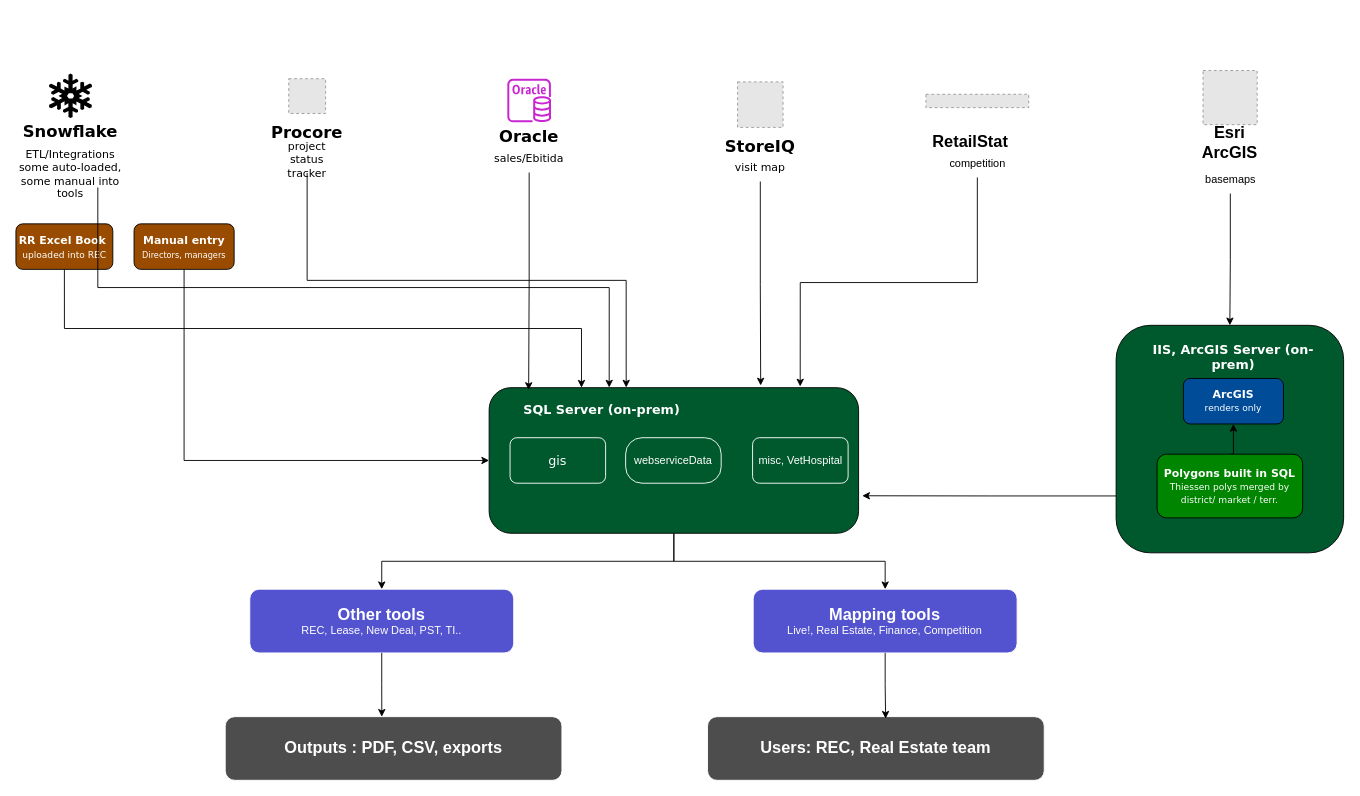
Before: Untitled Diagram.drawio in mondragonSaiz/Chronos, a draw.io diagram. Source tidied: cells renumbered, new cells numbered last; positions are measured from the earlier drawing's top-left corner, leaving out a move shared by most shapes. Both pictures are drawn from the tidied source at 91%, with x=0, y=0 at pixel (15, 70). Pictures stored in the file or linked from it are replaced by grey dashed boxes.
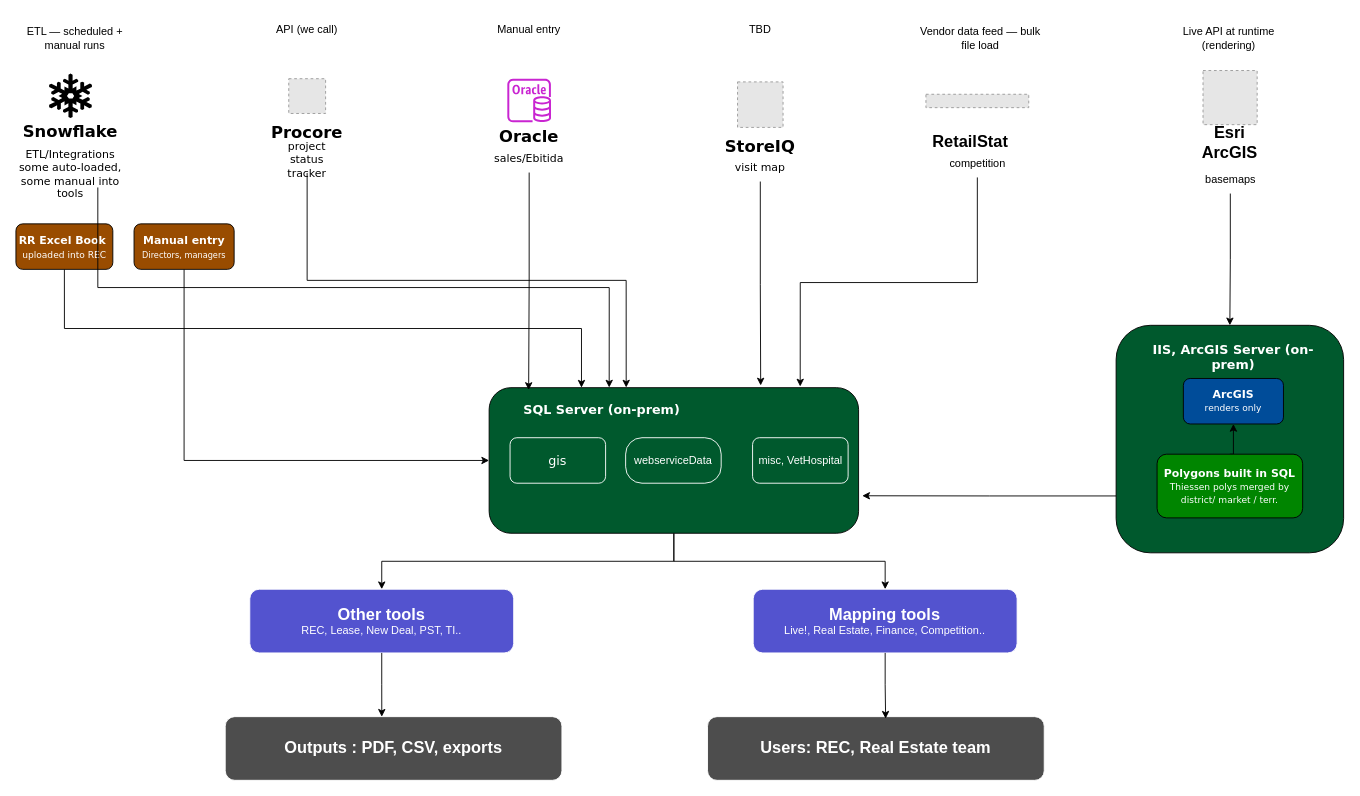
The same diagram, later.

The edit, as a diff of the source:
```diff
@@
-    <mxCell id="37" value="&lt;font style=&quot;color: rgb(255, 255, 255); font-size: 18px;&quot;&gt;&lt;b style=&quot;&quot;&gt;Mapping tools&lt;/b&gt;&lt;/font&gt;&lt;div&gt;&lt;font style=&quot;color: rgb(255, 255, 255);&quot;&gt;Live!, Real Estate, Finance, Competition&lt;/font&gt;&lt;/div&gt;" style="rounded=1;whiteSpace=wrap;html=1;fillColor=#5353CF;strokeColor=#FFFFFF;" parent="1" vertex="1">
+    <mxCell id="37" value="&lt;font style=&quot;color: rgb(255, 255, 255); font-size: 18px;&quot;&gt;&lt;b style=&quot;&quot;&gt;Mapping tools&lt;/b&gt;&lt;/font&gt;&lt;div&gt;&lt;font style=&quot;color: rgb(255, 255, 255);&quot;&gt;Live!, Real Estate, Finance, Competition..&lt;/font&gt;&lt;/div&gt;" style="rounded=1;whiteSpace=wrap;html=1;fillColor=#5353CF;strokeColor=#FFFFFF;" parent="1" vertex="1">
       <mxGeometry x="810.2" y="570" width="290" height="70" as="geometry" />
     </mxCell>
@@
+    <mxCell id="49" value="ETL — scheduled + manual runs" style="text;html=1;whiteSpace=wrap;strokeColor=none;fillColor=none;align=center;verticalAlign=middle;rounded=0;" parent="1" vertex="1">
+      <mxGeometry x="10" y="-50" width="110" height="30" as="geometry" />
+    </mxCell>
+    <mxCell id="50" value="API (we call)" style="text;html=1;whiteSpace=wrap;strokeColor=none;fillColor=none;align=center;verticalAlign=middle;rounded=0;" parent="1" vertex="1">
+      <mxGeometry x="280" y="-60" width="80" height="30" as="geometry" />
+    </mxCell>
+    <mxCell id="51" value="Manual entry" style="text;html=1;whiteSpace=wrap;strokeColor=none;fillColor=none;align=center;verticalAlign=middle;rounded=0;" parent="1" vertex="1">
+      <mxGeometry x="524" y="-60" width="80" height="30" as="geometry" />
+    </mxCell>
+    <mxCell id="52" value="TBD" style="text;html=1;whiteSpace=wrap;strokeColor=none;fillColor=none;align=center;verticalAlign=middle;rounded=0;" parent="1" vertex="1">
+      <mxGeometry x="763" y="-60" width="110" height="30" as="geometry" />
+    </mxCell>
+    <mxCell id="53" value="Vendor data feed — bulk file load" style="text;html=1;whiteSpace=wrap;strokeColor=none;fillColor=none;align=center;verticalAlign=middle;rounded=0;" parent="1" vertex="1">
+      <mxGeometry x="990" y="-50" width="140" height="30" as="geometry" />
+    </mxCell>
+    <mxCell id="54" value="Live API at runtime (rendering)" style="text;html=1;whiteSpace=wrap;strokeColor=none;fillColor=none;align=center;verticalAlign=middle;rounded=0;" parent="1" vertex="1">
+      <mxGeometry x="1272.9" y="-50" width="120" height="30" as="geometry" />
+    </mxCell>
```
